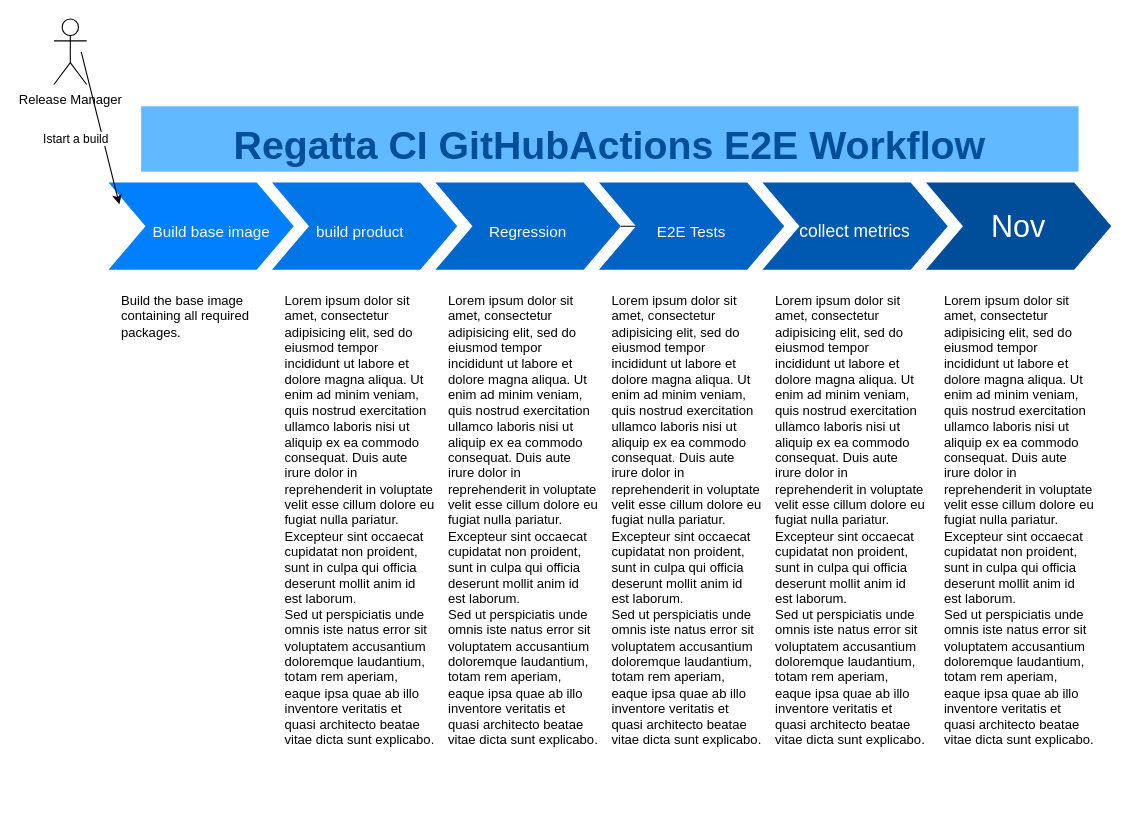
The draw.io diagram page "E2E-Workflow" (2 of 3) of timeline.drawio in orenevan/diagrams, before the edit. Source tidied: cells renumbered, new cells numbered last; positions are measured from the earlier drawing's top-left corner, leaving out a move shared by most shapes. Both pictures are drawn from the tidied source at 109%, with x=0, y=0 at pixel (53, 19).
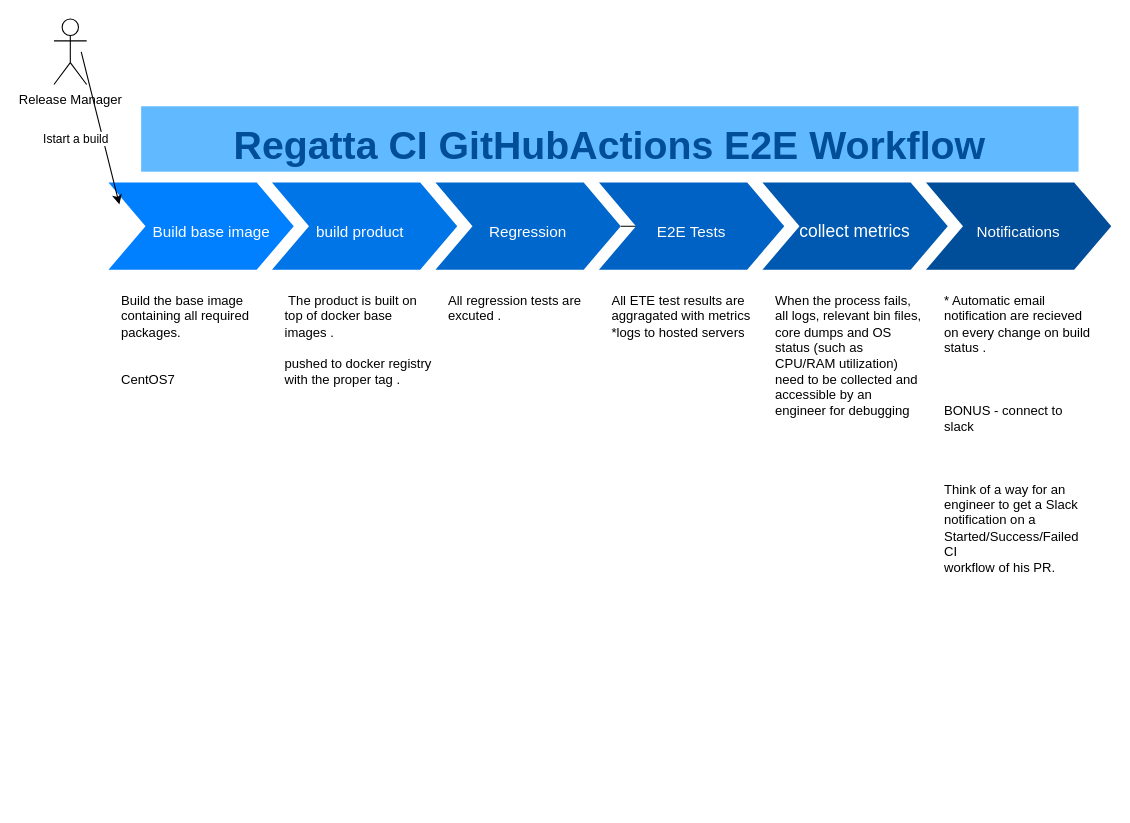
Above is the later version.

What changed in the source:
```diff
@@
 <mxGraphModel>
   <root>
     <mxCell id="0" />
     <mxCell id="1" parent="0" />
     <mxCell id="2" value="&lt;font style=&quot;font-size: 14px;&quot;&gt;&amp;nbsp; &amp;nbsp; &amp;nbsp;Build base image&lt;/font&gt;" style="shape=step;whiteSpace=wrap;html=1;fontSize=28;fillColor=#0080FF;fontColor=#FFFFFF;strokeColor=none;" parent="1" vertex="1">
       <mxGeometry x="50" y="150" width="170" height="80" as="geometry" />
     </mxCell>
     <mxCell id="3" value="&lt;font style=&quot;font-size: 14px;&quot;&gt;build product&lt;/font&gt;&amp;nbsp;" style="shape=step;whiteSpace=wrap;html=1;fontSize=28;fillColor=#0075E8;fontColor=#FFFFFF;strokeColor=none;" parent="1" vertex="1">
       <mxGeometry x="200" y="150" width="170" height="80" as="geometry" />
     </mxCell>
     <mxCell id="4" style="edgeStyle=orthogonalEdgeStyle;rounded=0;jettySize=auto;html=1;exitX=1;exitY=0.5;exitDx=0;exitDy=0;entryX=0.211;entryY=0.532;entryDx=0;entryDy=0;entryPerimeter=0;" parent="1" edge="1" source="5" target="6">
       <mxGeometry relative="1" as="geometry" />
     </mxCell>
     <mxCell id="5" value="&lt;font style=&quot;font-size: 14px;&quot;&gt;Regression&lt;/font&gt;" style="shape=step;whiteSpace=wrap;html=1;fontSize=28;fillColor=#0067CC;fontColor=#FFFFFF;strokeColor=none;" parent="1" vertex="1">
       <mxGeometry x="350" y="150" width="170" height="80" as="geometry" />
     </mxCell>
     <mxCell id="6" value="&lt;span style=&quot;font-size: 14px;&quot;&gt;E2E Tests&lt;/span&gt;" style="shape=step;whiteSpace=wrap;html=1;fontSize=28;fillColor=#0062C4;fontColor=#FFFFFF;strokeColor=none;" parent="1" vertex="1">
       <mxGeometry x="500" y="150" width="170" height="80" as="geometry" />
     </mxCell>
     <mxCell id="7" value="&lt;font size=&quot;3&quot;&gt;collect metrics&lt;/font&gt;" style="shape=step;whiteSpace=wrap;html=1;fontSize=28;fillColor=#0059B0;fontColor=#FFFFFF;strokeColor=none;" parent="1" vertex="1">
       <mxGeometry x="650" y="150" width="170" height="80" as="geometry" />
     </mxCell>
-    <mxCell id="8" value="Nov" style="shape=step;whiteSpace=wrap;html=1;fontSize=28;fillColor=#004D99;fontColor=#FFFFFF;strokeColor=none;" parent="1" vertex="1">
+    <mxCell id="8" value="&lt;font style=&quot;font-size: 14px;&quot;&gt;Notifications&lt;/font&gt;" style="shape=step;whiteSpace=wrap;html=1;fontSize=28;fillColor=#004D99;fontColor=#FFFFFF;strokeColor=none;" parent="1" vertex="1">
       <mxGeometry x="800" y="150" width="170" height="80" as="geometry" />
     </mxCell>
     <mxCell id="9" value="&lt;font style=&quot;font-size: 36px;&quot;&gt;Regatta CI GitHubActions E2E Workflow&lt;/font&gt;" style="text;html=1;strokeColor=none;fillColor=#61BAFF;align=center;verticalAlign=middle;whiteSpace=wrap;fontSize=54;fontStyle=1;fontColor=#004D99;" parent="1" vertex="1">
       <mxGeometry x="80" y="80" width="860" height="60" as="geometry" />
     </mxCell>
-    <mxCell id="10" value="Build the base image containing all required packages.&amp;nbsp;&lt;br&gt;&lt;br&gt;&lt;br&gt;&lt;br&gt;&lt;br&gt;" style="text;spacingTop=-5;fillColor=#ffffff;whiteSpace=wrap;html=1;align=left;fontSize=12;fontFamily=Helvetica;fillColor=none;strokeColor=none;" parent="1" vertex="1">
+    <mxCell id="10" value="Build the base image containing all required packages.&amp;nbsp;&lt;br&gt;&lt;br&gt;&lt;br&gt;CentOS7&amp;nbsp;&lt;br&gt;&lt;br&gt;&lt;br&gt;&lt;br&gt;" style="text;spacingTop=-5;fillColor=#ffffff;whiteSpace=wrap;html=1;align=left;fontSize=12;fontFamily=Helvetica;fillColor=none;strokeColor=none;" parent="1" vertex="1">
       <mxGeometry x="60" y="250" width="140" height="470" as="geometry" />
     </mxCell>
-    <mxCell id="11" value="Lorem ipsum dolor sit amet, consectetur adipisicing elit, sed do eiusmod tempor incididunt ut labore et dolore magna aliqua. Ut enim ad minim veniam, quis nostrud exercitation ullamco laboris nisi ut aliquip ex ea commodo consequat. Duis aute irure dolor in reprehenderit in voluptate velit esse cillum dolore eu fugiat nulla pariatur. Excepteur sint occaecat cupidatat non proident, sunt in culpa qui officia deserunt mollit anim id est laborum.&lt;br&gt;Sed ut perspiciatis unde omnis iste natus error sit voluptatem accusantium doloremque laudantium, totam rem aperiam, eaque ipsa quae ab illo inventore veritatis et quasi architecto beatae vitae dicta sunt explicabo." style="text;spacingTop=-5;fillColor=#ffffff;whiteSpace=wrap;html=1;align=left;fontSize=12;fontFamily=Helvetica;fillColor=none;strokeColor=none;" parent="1" vertex="1">
+    <mxCell id="11" value="&amp;nbsp;The product is built on top of docker base images .&lt;br&gt;&lt;br&gt;pushed to docker registry with the proper tag ." style="text;spacingTop=-5;fillColor=#ffffff;whiteSpace=wrap;html=1;align=left;fontSize=12;fontFamily=Helvetica;fillColor=none;strokeColor=none;" parent="1" vertex="1">
       <mxGeometry x="210" y="250" width="140" height="470" as="geometry" />
     </mxCell>
-    <mxCell id="12" value="Lorem ipsum dolor sit amet, consectetur adipisicing elit, sed do eiusmod tempor incididunt ut labore et dolore magna aliqua. Ut enim ad minim veniam, quis nostrud exercitation ullamco laboris nisi ut aliquip ex ea commodo consequat. Duis aute irure dolor in reprehenderit in voluptate velit esse cillum dolore eu fugiat nulla pariatur. Excepteur sint occaecat cupidatat non proident, sunt in culpa qui officia deserunt mollit anim id est laborum.&lt;br&gt;Sed ut perspiciatis unde omnis iste natus error sit voluptatem accusantium doloremque laudantium, totam rem aperiam, eaque ipsa quae ab illo inventore veritatis et quasi architecto beatae vitae dicta sunt explicabo." style="text;spacingTop=-5;fillColor=#ffffff;whiteSpace=wrap;html=1;align=left;fontSize=12;fontFamily=Helvetica;fillColor=none;strokeColor=none;" parent="1" vertex="1">
+    <mxCell id="12" value="All regression tests are excuted .&amp;nbsp;" style="text;spacingTop=-5;fillColor=#ffffff;whiteSpace=wrap;html=1;align=left;fontSize=12;fontFamily=Helvetica;fillColor=none;strokeColor=none;" parent="1" vertex="1">
       <mxGeometry x="360" y="250" width="140" height="470" as="geometry" />
     </mxCell>
-    <mxCell id="13" value="Lorem ipsum dolor sit amet, consectetur adipisicing elit, sed do eiusmod tempor incididunt ut labore et dolore magna aliqua. Ut enim ad minim veniam, quis nostrud exercitation ullamco laboris nisi ut aliquip ex ea commodo consequat. Duis aute irure dolor in reprehenderit in voluptate velit esse cillum dolore eu fugiat nulla pariatur. Excepteur sint occaecat cupidatat non proident, sunt in culpa qui officia deserunt mollit anim id est laborum.&lt;br&gt;Sed ut perspiciatis unde omnis iste natus error sit voluptatem accusantium doloremque laudantium, totam rem aperiam, eaque ipsa quae ab illo inventore veritatis et quasi architecto beatae vitae dicta sunt explicabo." style="text;spacingTop=-5;fillColor=#ffffff;whiteSpace=wrap;html=1;align=left;fontSize=12;fontFamily=Helvetica;fillColor=none;strokeColor=none;" parent="1" vertex="1">
+    <mxCell id="13" value="All ETE test results are aggragated with metrics *logs to hosted servers&amp;nbsp;&lt;br&gt;" style="text;spacingTop=-5;fillColor=#ffffff;whiteSpace=wrap;html=1;align=left;fontSize=12;fontFamily=Helvetica;fillColor=none;strokeColor=none;" parent="1" vertex="1">
       <mxGeometry x="510" y="250" width="140" height="470" as="geometry" />
     </mxCell>
-    <mxCell id="14" value="Lorem ipsum dolor sit amet, consectetur adipisicing elit, sed do eiusmod tempor incididunt ut labore et dolore magna aliqua. Ut enim ad minim veniam, quis nostrud exercitation ullamco laboris nisi ut aliquip ex ea commodo consequat. Duis aute irure dolor in reprehenderit in voluptate velit esse cillum dolore eu fugiat nulla pariatur. Excepteur sint occaecat cupidatat non proident, sunt in culpa qui officia deserunt mollit anim id est laborum.&lt;br&gt;Sed ut perspiciatis unde omnis iste natus error sit voluptatem accusantium doloremque laudantium, totam rem aperiam, eaque ipsa quae ab illo inventore veritatis et quasi architecto beatae vitae dicta sunt explicabo." style="text;spacingTop=-5;fillColor=#ffffff;whiteSpace=wrap;html=1;align=left;fontSize=12;fontFamily=Helvetica;fillColor=none;strokeColor=none;" parent="1" vertex="1">
+    <mxCell id="14" value="When the process fails, all logs, relevant bin files, core dumps and OS status (such as CPU/RAM utilization) need to be collected and accessible by an engineer for debugging" style="text;spacingTop=-5;fillColor=#ffffff;whiteSpace=wrap;html=1;align=left;fontSize=12;fontFamily=Helvetica;fillColor=none;strokeColor=none;" parent="1" vertex="1">
       <mxGeometry x="660" y="250" width="140" height="470" as="geometry" />
     </mxCell>
-    <mxCell id="15" value="Lorem ipsum dolor sit amet, consectetur adipisicing elit, sed do eiusmod tempor incididunt ut labore et dolore magna aliqua. Ut enim ad minim veniam, quis nostrud exercitation ullamco laboris nisi ut aliquip ex ea commodo consequat. Duis aute irure dolor in reprehenderit in voluptate velit esse cillum dolore eu fugiat nulla pariatur. Excepteur sint occaecat cupidatat non proident, sunt in culpa qui officia deserunt mollit anim id est laborum.&lt;br&gt;Sed ut perspiciatis unde omnis iste natus error sit voluptatem accusantium doloremque laudantium, totam rem aperiam, eaque ipsa quae ab illo inventore veritatis et quasi architecto beatae vitae dicta sunt explicabo." style="text;spacingTop=-5;fillColor=#ffffff;whiteSpace=wrap;html=1;align=left;fontSize=12;fontFamily=Helvetica;fillColor=none;strokeColor=none;" parent="1" vertex="1">
+    <mxCell id="15" value="* Automatic email notification are recieved on every change on build status .&amp;nbsp;&lt;br&gt;&lt;br&gt;&lt;br&gt;&lt;br&gt;BONUS - connect to slack&amp;nbsp;&lt;br&gt;&lt;br&gt;&lt;br&gt;&lt;br&gt;&lt;div&gt;Think of a way for an engineer to get a Slack notification on a Started/Success/Failed CI&lt;/div&gt;&lt;div&gt;workflow of his PR.&lt;/div&gt;" style="text;spacingTop=-5;fillColor=#ffffff;whiteSpace=wrap;html=1;align=left;fontSize=12;fontFamily=Helvetica;fillColor=none;strokeColor=none;" parent="1" vertex="1">
       <mxGeometry x="815" y="250" width="140" height="470" as="geometry" />
     </mxCell>
     <mxCell id="16" value="Release Manager&lt;br&gt;" style="shape=umlActor;verticalLabelPosition=bottom;verticalAlign=top;html=1;" parent="1" vertex="1">
       <mxGeometry width="30" height="60" as="geometry" />
     </mxCell>
     <mxCell id="17" value="Istart&amp;nbsp;a build" style="endArrow=classic;html=1;rounded=0;exitX=0.5;exitY=0.5;exitDx=0;exitDy=0;exitPerimeter=0;entryX=0;entryY=0.25;entryDx=0;entryDy=0;" parent="1" edge="1">
       <mxGeometry x="0.06" y="-24" relative="1" as="geometry">
         <mxPoint x="25" y="30" as="sourcePoint" />
         <mxPoint x="60" y="170" as="targetPoint" />
       </mxGeometry>
     </mxCell>
   </root>
 </mxGraphModel>
```
